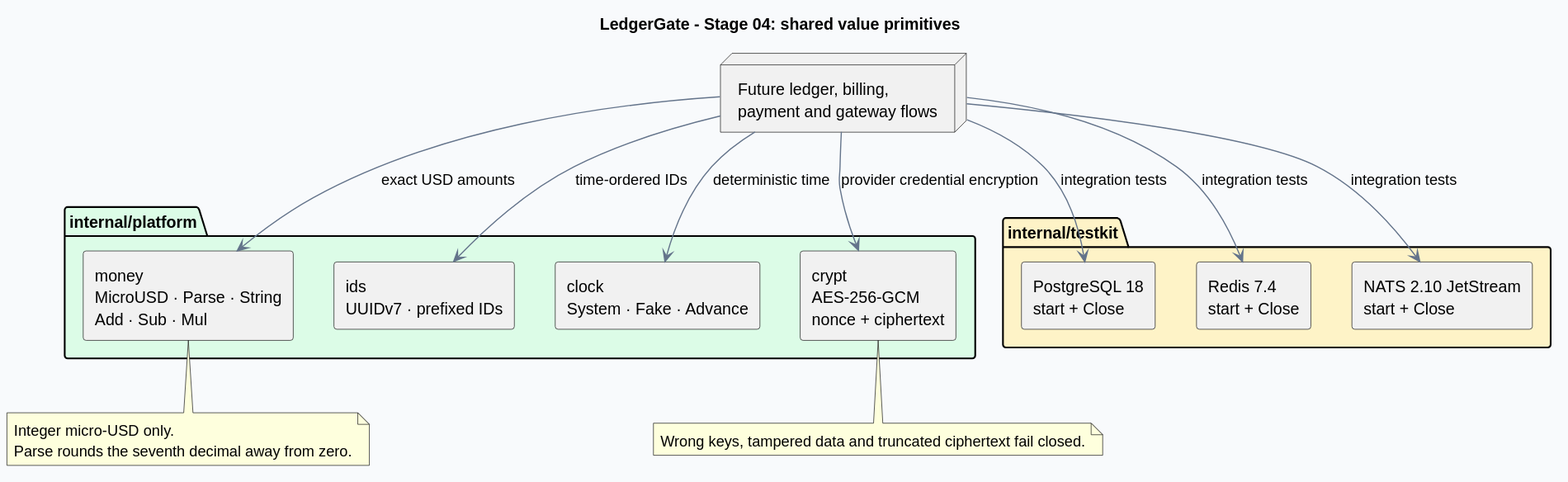
This is docs/diagrams/stages/04-shared-value-primitives.svg from NicoYazawa/LedgerGate, a PlantUML export, as it was before one commit.
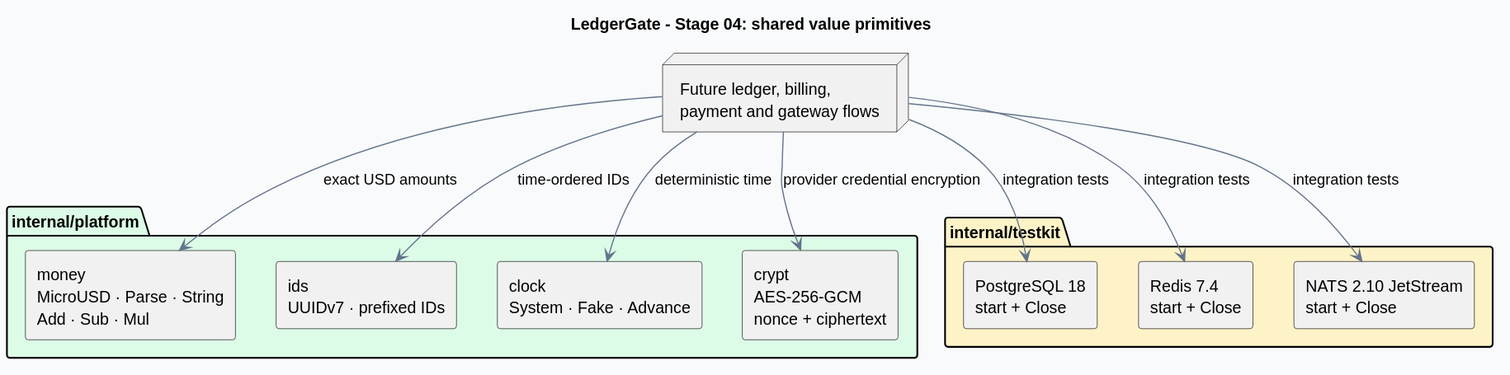
After the change.

Commit message:
refactor: fit shared primitives within size budget

The edit, as a diff of the source:
```diff
@@ -28,13 +28,4 @@
 Future --> Postgres : integration tests
 Future --> Redis : integration tests
 Future --> NATS : integration tests
-
-note bottom of Money
-  Integer micro-USD only.
-  Parse rounds the seventh decimal away from zero.
-end note
-
-note bottom of Crypt
-  Wrong keys, tampered data and truncated ciphertext fail closed.
-end note
 @enduml
```
